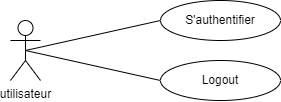
Earlier version of the draw.io export images_pfe/use_case_documents_sprint_1.png (PFE-Neoledge-2023/rapport). Source tidied: cells renumbered, new cells last; positions are measured from the earlier drawing's top-left corner, leaving out a move shared by most shapes.
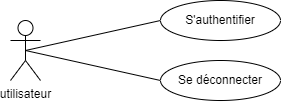
The same diagram one commit later.

Change to the diagram source:
```diff
@@ -19,7 +19,7 @@
     <mxCell id="6" value="S'authentifier" style="ellipse;whiteSpace=wrap;html=1;" parent="5" vertex="1">
       <mxGeometry width="120" height="40" as="geometry" />
     </mxCell>
-    <mxCell id="7" value="Logout" style="ellipse;whiteSpace=wrap;html=1;" parent="5" vertex="1">
+    <mxCell id="7" value="Se déconnecter" style="ellipse;whiteSpace=wrap;html=1;" parent="5" vertex="1">
       <mxGeometry y="60" width="120" height="40" as="geometry" />
     </mxCell>
   </root>
```
